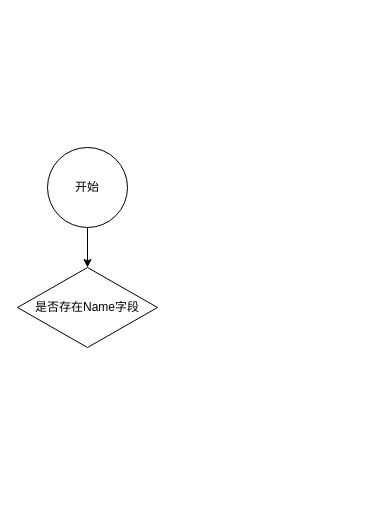
The draw.io diagram 兼容新老地图元素ID和name字段流程.drawio in Jev0987/drawioFile, before the edit. Source tidied: cells renumbered, new cells numbered last; positions are measured from the earlier drawing's top-left corner, leaving out a move shared by most shapes. Both pictures are drawn from the tidied source at 100%, with x=0, y=0 at pixel (17, 147).
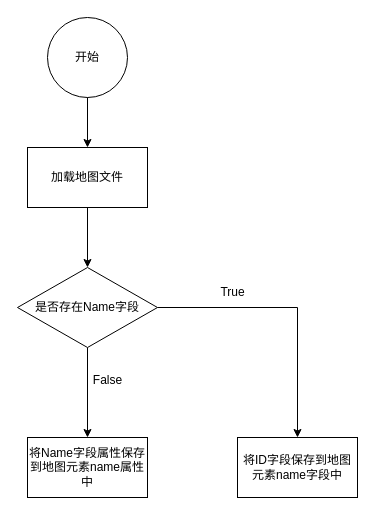
The same diagram, later.

Commit message (it also covers changes not shown here):
更新兼容新老地图元素ID和name字段流程.drawio

The edit, as a diff of the source:
```diff
@@
 <mxGraphModel>
   <root>
     <mxCell id="0" />
     <mxCell id="1" parent="0" />
-    <mxCell id="2" style="edgeStyle=orthogonalEdgeStyle;rounded=0;jettySize=auto;html=1;" parent="1" edge="1" source="3" target="4">
+    <mxCell id="2" style="edgeStyle=orthogonalEdgeStyle;rounded=0;jettySize=auto;html=1;" parent="1" edge="1" source="12" target="4">
       <mxGeometry relative="1" as="geometry" />
     </mxCell>
     <mxCell id="3" value="开始" style="ellipse;whiteSpace=wrap;html=1;" parent="1" vertex="1">
-      <mxGeometry x="30" width="80" height="80" as="geometry" />
+      <mxGeometry x="30" y="-130" width="80" height="80" as="geometry" />
     </mxCell>
+    <mxCell id="5" style="edgeStyle=orthogonalEdgeStyle;rounded=0;jettySize=auto;html=1;" parent="1" edge="1" source="4" target="7">
+      <mxGeometry relative="1" as="geometry" />
+    </mxCell>
+    <mxCell id="6" style="edgeStyle=orthogonalEdgeStyle;rounded=0;jettySize=auto;html=1;" parent="1" edge="1" source="4" target="8">
+      <mxGeometry relative="1" as="geometry" />
+    </mxCell>
     <mxCell id="4" value="是否存在Name字段" style="rhombus;whiteSpace=wrap;html=1;" parent="1" vertex="1">
       <mxGeometry y="120" width="140" height="80" as="geometry" />
     </mxCell>
+    <mxCell id="7" value="将Name字段属性保存到地图元素name属性中" style="whiteSpace=wrap;html=1;" parent="1" vertex="1">
+      <mxGeometry x="10" y="290" width="120" height="60" as="geometry" />
+    </mxCell>
+    <mxCell id="8" value="将ID字段保存到地图元素name字段中" style="whiteSpace=wrap;html=1;" parent="1" vertex="1">
+      <mxGeometry x="220" y="290" width="120" height="60" as="geometry" />
+    </mxCell>
+    <mxCell id="9" value="False" style="text;html=1;align=center;verticalAlign=middle;strokeColor=none;fillColor=none;" parent="1" vertex="1">
+      <mxGeometry x="65" y="218" width="50" height="30" as="geometry" />
+    </mxCell>
+    <mxCell id="10" value="True" style="text;html=1;align=center;verticalAlign=middle;strokeColor=none;fillColor=none;" parent="1" vertex="1">
+      <mxGeometry x="190" y="130" width="50" height="30" as="geometry" />
+    </mxCell>
+    <mxCell id="11" style="edgeStyle=orthogonalEdgeStyle;rounded=0;jettySize=auto;html=1;" parent="1" edge="1" source="3" target="12">
+      <mxGeometry relative="1" as="geometry" />
+    </mxCell>
+    <mxCell id="12" value="加载地图文件" style="whiteSpace=wrap;html=1;" parent="1" vertex="1">
+      <mxGeometry x="10" width="120" height="60" as="geometry" />
+    </mxCell>
   </root>
 </mxGraphModel>
```
